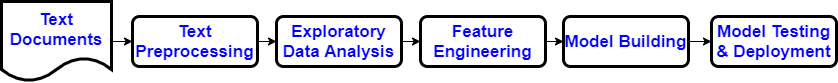
satishgunjal/Images keeps this draw.io diagram as NLP_Workflow.png. Above is the earlier version. Source tidied: cells renumbered, new cells last; positions are measured from the earlier drawing's top-left corner, leaving out a move shared by most shapes. Its diagram source:
```xml
<mxGraphModel>
  <root>
    <mxCell id="0" />
    <mxCell id="1" parent="0" />
    <mxCell id="2" style="edgeStyle=orthogonalEdgeStyle;rounded=0;jettySize=auto;html=1;" parent="1" edge="1" source="3" target="5">
      <mxGeometry relative="1" as="geometry" />
    </mxCell>
    <mxCell id="3" value="&lt;span style=&quot;font-size: 17px&quot;&gt;Text Preprocessing&lt;br&gt;&lt;/span&gt;" style="rounded=1;whiteSpace=wrap;html=1;absoluteArcSize=1;arcSize=14;strokeWidth=3;fontSize=17;fontStyle=1;fontColor=#0000FF;fillColor=none;" parent="1" vertex="1">
      <mxGeometry x="131" y="15" width="125" height="50" as="geometry" />
    </mxCell>
    <mxCell id="4" style="edgeStyle=orthogonalEdgeStyle;rounded=0;jettySize=auto;html=1;" parent="1" edge="1" source="5">
      <mxGeometry relative="1" as="geometry">
        <mxPoint x="419" y="40" as="targetPoint" />
      </mxGeometry>
    </mxCell>
    <mxCell id="5" value="&lt;span style=&quot;font-size: 17px&quot;&gt;Exploratory Data Analysis&lt;br&gt;&lt;/span&gt;" style="rounded=1;whiteSpace=wrap;html=1;absoluteArcSize=1;arcSize=14;strokeWidth=3;fontSize=17;fontStyle=1;fontColor=#0000FF;fillColor=none;" parent="1" vertex="1">
      <mxGeometry x="275" y="15" width="125" height="50" as="geometry" />
    </mxCell>
    <mxCell id="6" style="edgeStyle=orthogonalEdgeStyle;rounded=0;jettySize=auto;html=1;exitX=1;exitY=0.5;exitDx=0;exitDy=0;entryX=0;entryY=0.5;entryDx=0;entryDy=0;" parent="1" edge="1" source="7" target="9">
      <mxGeometry relative="1" as="geometry" />
    </mxCell>
    <mxCell id="7" value="&lt;span style=&quot;font-size: 17px&quot;&gt;Feature Engineering&lt;br&gt;&lt;/span&gt;" style="rounded=1;whiteSpace=wrap;html=1;absoluteArcSize=1;arcSize=14;strokeWidth=3;fontSize=17;fontStyle=1;fontColor=#0000FF;fillColor=none;" parent="1" vertex="1">
      <mxGeometry x="419" y="15" width="125" height="50" as="geometry" />
    </mxCell>
    <mxCell id="8" style="edgeStyle=orthogonalEdgeStyle;rounded=0;jettySize=auto;html=1;" parent="1" edge="1" source="9" target="10">
      <mxGeometry relative="1" as="geometry" />
    </mxCell>
    <mxCell id="9" value="&lt;span style=&quot;font-size: 17px&quot;&gt;Model Building&lt;br&gt;&lt;/span&gt;" style="rounded=1;whiteSpace=wrap;html=1;absoluteArcSize=1;arcSize=14;strokeWidth=3;fontSize=17;fontStyle=1;fontColor=#0000FF;fillColor=none;" parent="1" vertex="1">
      <mxGeometry x="562" y="15" width="125" height="50" as="geometry" />
    </mxCell>
    <mxCell id="10" value="&lt;span style=&quot;font-size: 17px&quot;&gt;Model Testing &amp;amp; Deployment&lt;br&gt;&lt;/span&gt;" style="rounded=1;whiteSpace=wrap;html=1;absoluteArcSize=1;arcSize=14;strokeWidth=3;fontSize=17;fontStyle=1;fontColor=#0000FF;fillColor=none;" parent="1" vertex="1">
      <mxGeometry x="710" y="15" width="125" height="50" as="geometry" />
    </mxCell>
    <mxCell id="11" style="edgeStyle=orthogonalEdgeStyle;rounded=0;jettySize=auto;html=1;" parent="1" edge="1" source="12" target="3">
      <mxGeometry relative="1" as="geometry" />
    </mxCell>
    <mxCell id="12" value="&lt;span style=&quot;color: rgb(0 , 0 , 255) ; font-size: 17px ; font-weight: 700&quot;&gt;Text Documents&lt;/span&gt;" style="shape=document;whiteSpace=wrap;html=1;boundedLbl=1;fillColor=none;strokeWidth=3;" parent="1" vertex="1">
      <mxGeometry width="110" height="80" as="geometry" />
    </mxCell>
  </root>
</mxGraphModel>
```
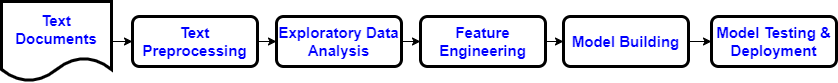
After the change.

Change to the diagram source:
```diff
@@ -2,39 +2,39 @@
   <root>
     <mxCell id="0" />
     <mxCell id="1" parent="0" />
-    <mxCell id="2" style="edgeStyle=orthogonalEdgeStyle;rounded=0;jettySize=auto;html=1;" parent="1" edge="1" source="3" target="5">
+    <mxCell id="2" style="edgeStyle=orthogonalEdgeStyle;rounded=0;jettySize=auto;html=1;fontSize=15;" parent="1" edge="1" source="3" target="5">
       <mxGeometry relative="1" as="geometry" />
     </mxCell>
-    <mxCell id="3" value="&lt;span style=&quot;font-size: 17px&quot;&gt;Text Preprocessing&lt;br&gt;&lt;/span&gt;" style="rounded=1;whiteSpace=wrap;html=1;absoluteArcSize=1;arcSize=14;strokeWidth=3;fontSize=17;fontStyle=1;fontColor=#0000FF;fillColor=none;" parent="1" vertex="1">
+    <mxCell id="3" value="&lt;span style=&quot;font-size: 15px;&quot;&gt;Text Preprocessing&lt;br style=&quot;font-size: 15px;&quot;&gt;&lt;/span&gt;" style="rounded=1;whiteSpace=wrap;html=1;absoluteArcSize=1;arcSize=14;strokeWidth=3;fontSize=15;fontStyle=1;fontColor=#0000FF;fillColor=none;" parent="1" vertex="1">
       <mxGeometry x="131" y="15" width="125" height="50" as="geometry" />
     </mxCell>
-    <mxCell id="4" style="edgeStyle=orthogonalEdgeStyle;rounded=0;jettySize=auto;html=1;" parent="1" edge="1" source="5">
+    <mxCell id="4" style="edgeStyle=orthogonalEdgeStyle;rounded=0;jettySize=auto;html=1;fontSize=15;" parent="1" edge="1" source="5">
       <mxGeometry relative="1" as="geometry">
         <mxPoint x="419" y="40" as="targetPoint" />
       </mxGeometry>
     </mxCell>
-    <mxCell id="5" value="&lt;span style=&quot;font-size: 17px&quot;&gt;Exploratory Data Analysis&lt;br&gt;&lt;/span&gt;" style="rounded=1;whiteSpace=wrap;html=1;absoluteArcSize=1;arcSize=14;strokeWidth=3;fontSize=17;fontStyle=1;fontColor=#0000FF;fillColor=none;" parent="1" vertex="1">
+    <mxCell id="5" value="&lt;span style=&quot;font-size: 15px;&quot;&gt;Exploratory Data Analysis&lt;br style=&quot;font-size: 15px;&quot;&gt;&lt;/span&gt;" style="rounded=1;whiteSpace=wrap;html=1;absoluteArcSize=1;arcSize=14;strokeWidth=3;fontSize=15;fontStyle=1;fontColor=#0000FF;fillColor=none;" parent="1" vertex="1">
       <mxGeometry x="275" y="15" width="125" height="50" as="geometry" />
     </mxCell>
-    <mxCell id="6" style="edgeStyle=orthogonalEdgeStyle;rounded=0;jettySize=auto;html=1;exitX=1;exitY=0.5;exitDx=0;exitDy=0;entryX=0;entryY=0.5;entryDx=0;entryDy=0;" parent="1" edge="1" source="7" target="9">
+    <mxCell id="6" style="edgeStyle=orthogonalEdgeStyle;rounded=0;jettySize=auto;html=1;exitX=1;exitY=0.5;exitDx=0;exitDy=0;entryX=0;entryY=0.5;entryDx=0;entryDy=0;fontSize=15;" parent="1" edge="1" source="7" target="9">
       <mxGeometry relative="1" as="geometry" />
     </mxCell>
-    <mxCell id="7" value="&lt;span style=&quot;font-size: 17px&quot;&gt;Feature Engineering&lt;br&gt;&lt;/span&gt;" style="rounded=1;whiteSpace=wrap;html=1;absoluteArcSize=1;arcSize=14;strokeWidth=3;fontSize=17;fontStyle=1;fontColor=#0000FF;fillColor=none;" parent="1" vertex="1">
+    <mxCell id="7" value="&lt;span style=&quot;font-size: 15px;&quot;&gt;Feature Engineering&lt;br style=&quot;font-size: 15px;&quot;&gt;&lt;/span&gt;" style="rounded=1;whiteSpace=wrap;html=1;absoluteArcSize=1;arcSize=14;strokeWidth=3;fontSize=15;fontStyle=1;fontColor=#0000FF;fillColor=none;" parent="1" vertex="1">
       <mxGeometry x="419" y="15" width="125" height="50" as="geometry" />
     </mxCell>
-    <mxCell id="8" style="edgeStyle=orthogonalEdgeStyle;rounded=0;jettySize=auto;html=1;" parent="1" edge="1" source="9" target="10">
+    <mxCell id="8" style="edgeStyle=orthogonalEdgeStyle;rounded=0;jettySize=auto;html=1;fontSize=15;" parent="1" edge="1" source="9" target="10">
       <mxGeometry relative="1" as="geometry" />
     </mxCell>
-    <mxCell id="9" value="&lt;span style=&quot;font-size: 17px&quot;&gt;Model Building&lt;br&gt;&lt;/span&gt;" style="rounded=1;whiteSpace=wrap;html=1;absoluteArcSize=1;arcSize=14;strokeWidth=3;fontSize=17;fontStyle=1;fontColor=#0000FF;fillColor=none;" parent="1" vertex="1">
+    <mxCell id="9" value="&lt;span style=&quot;font-size: 15px;&quot;&gt;Model Building&lt;br style=&quot;font-size: 15px;&quot;&gt;&lt;/span&gt;" style="rounded=1;whiteSpace=wrap;html=1;absoluteArcSize=1;arcSize=14;strokeWidth=3;fontSize=15;fontStyle=1;fontColor=#0000FF;fillColor=none;" parent="1" vertex="1">
       <mxGeometry x="562" y="15" width="125" height="50" as="geometry" />
     </mxCell>
-    <mxCell id="10" value="&lt;span style=&quot;font-size: 17px&quot;&gt;Model Testing &amp;amp; Deployment&lt;br&gt;&lt;/span&gt;" style="rounded=1;whiteSpace=wrap;html=1;absoluteArcSize=1;arcSize=14;strokeWidth=3;fontSize=17;fontStyle=1;fontColor=#0000FF;fillColor=none;" parent="1" vertex="1">
+    <mxCell id="10" value="&lt;span style=&quot;font-size: 15px;&quot;&gt;Model Testing &amp;amp; Deployment&lt;br style=&quot;font-size: 15px;&quot;&gt;&lt;/span&gt;" style="rounded=1;whiteSpace=wrap;html=1;absoluteArcSize=1;arcSize=14;strokeWidth=3;fontSize=15;fontStyle=1;fontColor=#0000FF;fillColor=none;" parent="1" vertex="1">
       <mxGeometry x="710" y="15" width="125" height="50" as="geometry" />
     </mxCell>
-    <mxCell id="11" style="edgeStyle=orthogonalEdgeStyle;rounded=0;jettySize=auto;html=1;" parent="1" edge="1" source="12" target="3">
+    <mxCell id="11" style="edgeStyle=orthogonalEdgeStyle;rounded=0;jettySize=auto;html=1;fontSize=15;" parent="1" edge="1" source="12" target="3">
       <mxGeometry relative="1" as="geometry" />
     </mxCell>
-    <mxCell id="12" value="&lt;span style=&quot;color: rgb(0 , 0 , 255) ; font-size: 17px ; font-weight: 700&quot;&gt;Text Documents&lt;/span&gt;" style="shape=document;whiteSpace=wrap;html=1;boundedLbl=1;fillColor=none;strokeWidth=3;" parent="1" vertex="1">
+    <mxCell id="12" value="&lt;span style=&quot;color: rgb(0, 0, 255); font-size: 15px; font-weight: 700;&quot;&gt;Text Documents&lt;/span&gt;" style="shape=document;whiteSpace=wrap;html=1;boundedLbl=1;fillColor=none;strokeWidth=3;fontSize=15;" parent="1" vertex="1">
       <mxGeometry width="110" height="80" as="geometry" />
     </mxCell>
   </root>
```
